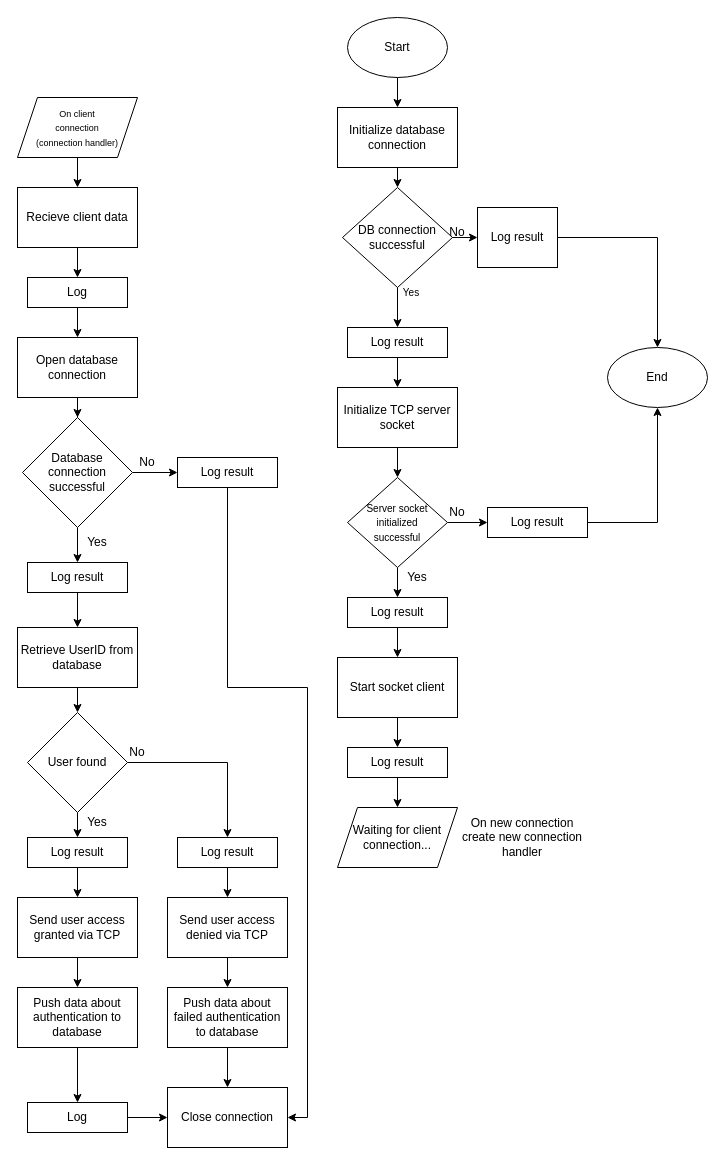
Before: Others/PC_real-time_application_flow_diagram.drawio.xml in callmeFilip/Access_Control_System, a draw.io diagram. Source tidied: cells renumbered, new cells numbered last; positions are measured from the earlier drawing's top-left corner, leaving out a move shared by most shapes. Both pictures are drawn from the tidied source at 100%, with x=0, y=0 at pixel (17, 17).
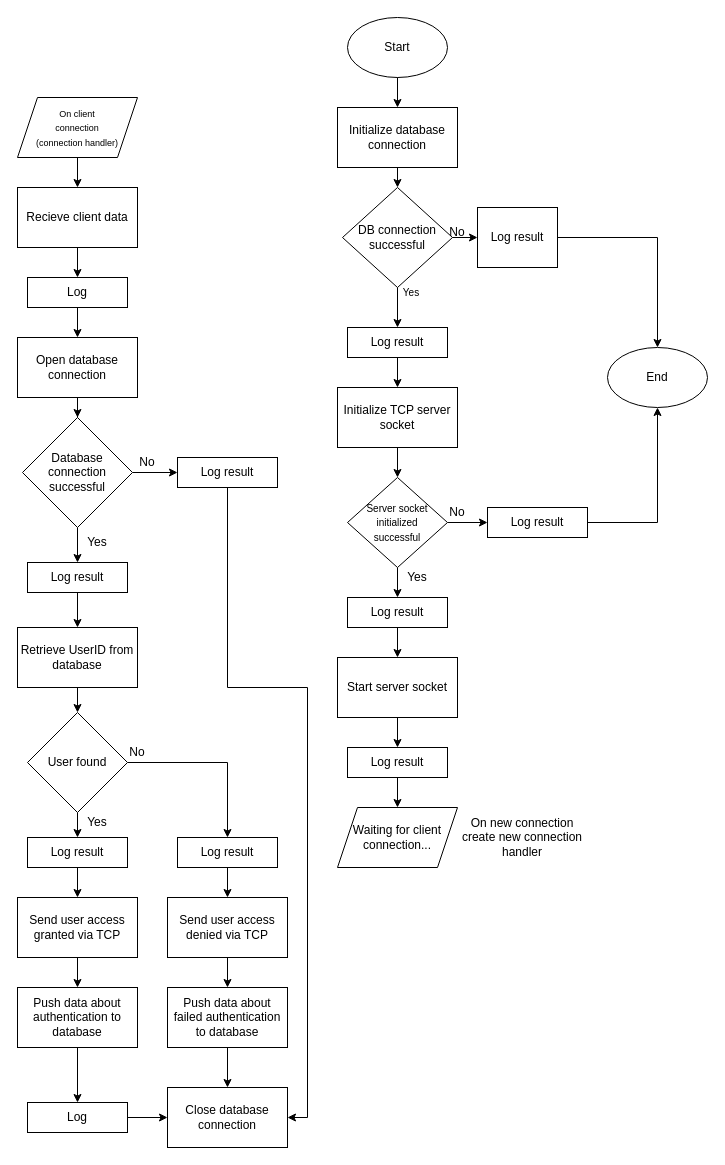
After the change.

The edit, as a diff of the source:
```diff
@@
-    <mxCell id="27" value="Start socket client" style="rounded=0;whiteSpace=wrap;html=1;fontSize=12;" parent="1" vertex="1">
+    <mxCell id="27" value="Start server socket" style="rounded=0;whiteSpace=wrap;html=1;fontSize=12;" parent="1" vertex="1">
       <mxGeometry x="320" y="640" width="120" height="60" as="geometry" />
     </mxCell>
@@
-    <mxCell id="68" value="Close connection" style="rounded=0;whiteSpace=wrap;html=1;fontSize=12;" parent="1" vertex="1">
+    <mxCell id="68" value="Close database connection" style="rounded=0;whiteSpace=wrap;html=1;fontSize=12;" parent="1" vertex="1">
       <mxGeometry x="150" y="1070" width="120" height="60" as="geometry" />
     </mxCell>
```
